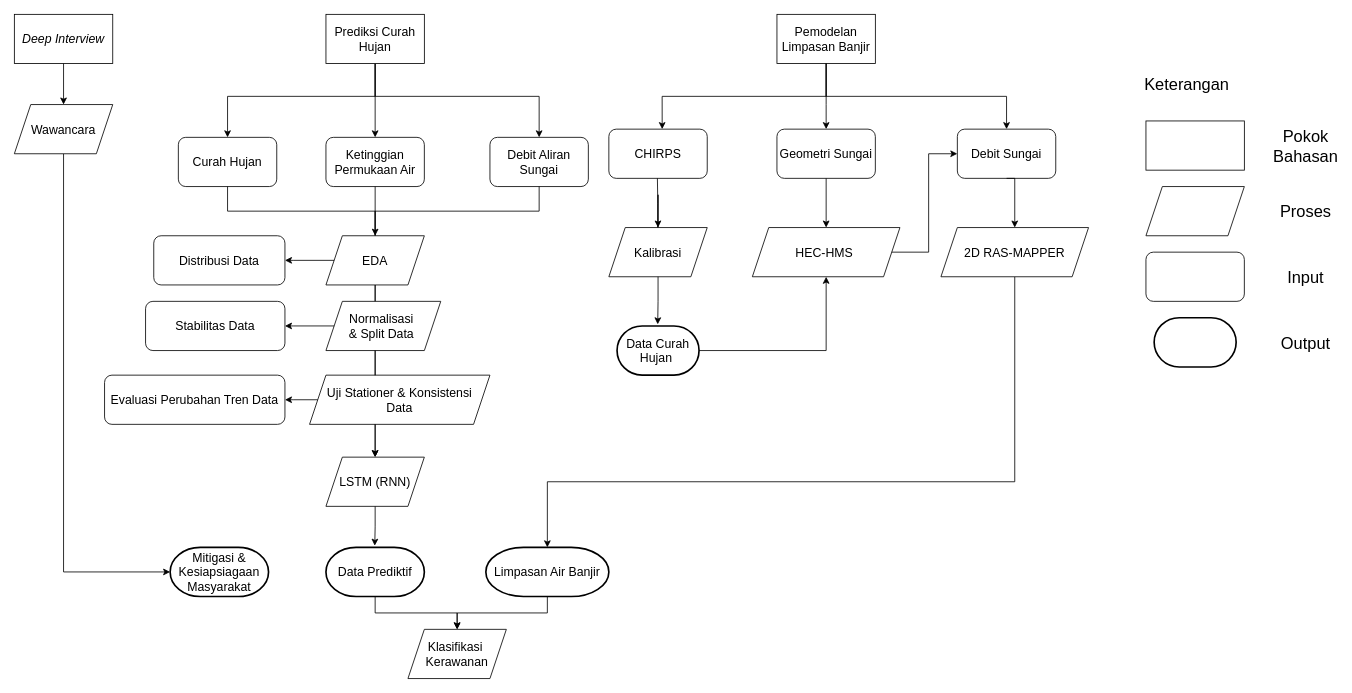
Before: Cara Kerja Penelitian.drawio in famowoiii/envimos_sensot, a draw.io diagram. Source tidied: cells renumbered, new cells numbered last; positions are measured from the earlier drawing's top-left corner, leaving out a move shared by most shapes. Both pictures are drawn from the tidied source at 82%, with x=0, y=0 at pixel (14, 14).
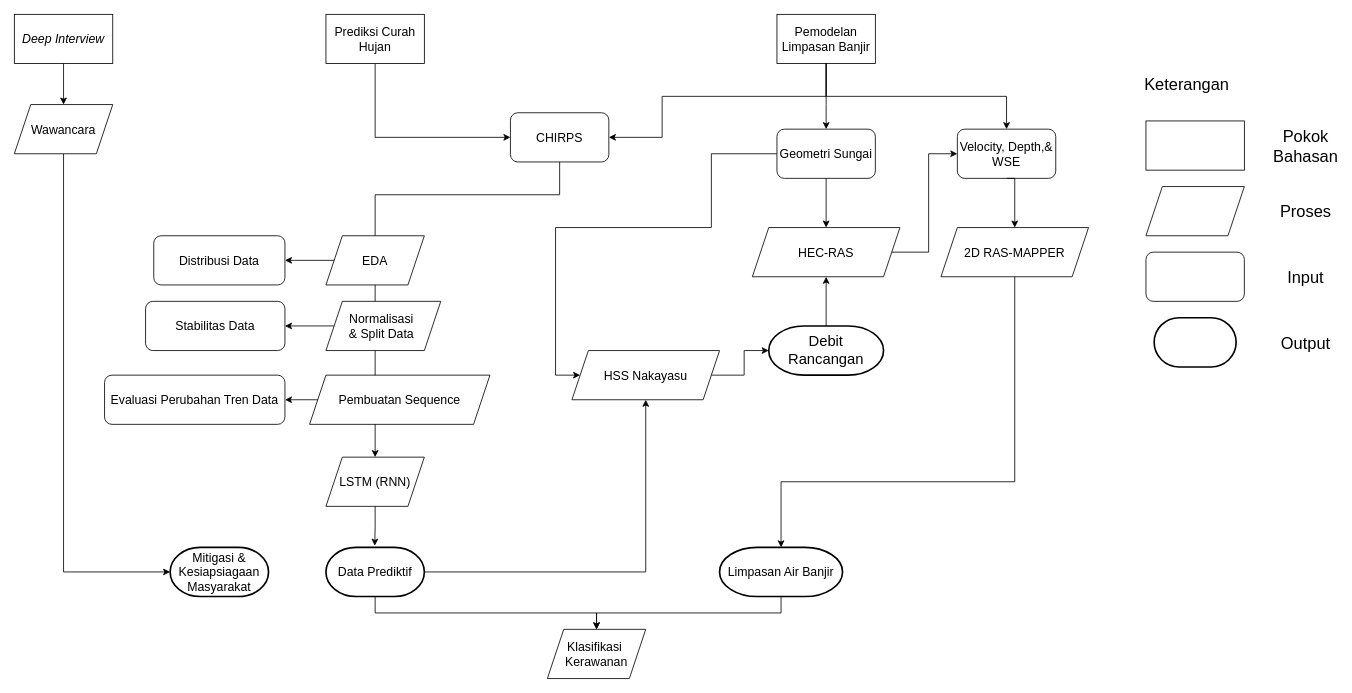
The same page after the edit.

The change refers to these unchanged cells:
```xml
<mxCell id="5" value="Prediksi Curah Hujan" style="rounded=0;whiteSpace=wrap;html=1;fontSize=15;" parent="1" vertex="1">
  <mxGeometry x="380" width="120" height="60" as="geometry" />
</mxCell>
<mxCell id="13" value="Geometri Sungai" style="rounded=1;whiteSpace=wrap;html=1;fontSize=15;" parent="1" vertex="1">
  <mxGeometry x="930" y="140" width="120" height="60" as="geometry" />
</mxCell>
<mxCell id="17" value="Pemodelan Limpasan Banjir" style="rounded=0;whiteSpace=wrap;html=1;fontSize=15;" parent="1" vertex="1">
  <mxGeometry x="930" width="120" height="60" as="geometry" />
</mxCell>
<mxCell id="35" value="2D RAS-MAPPER" style="shape=parallelogram;perimeter=parallelogramPerimeter;whiteSpace=wrap;html=1;fixedSize=1;fontSize=15;" parent="1" vertex="1">
  <mxGeometry x="1130" y="260" width="180" height="60" as="geometry" />
</mxCell>
<mxCell id="37" value="LSTM (RNN)" style="shape=parallelogram;perimeter=parallelogramPerimeter;whiteSpace=wrap;html=1;fixedSize=1;fontSize=15;" parent="1" vertex="1">
  <mxGeometry x="380" y="540" width="120" height="60" as="geometry" />
</mxCell>
<mxCell id="41" value="Data Prediktif" style="strokeWidth=2;html=1;shape=mxgraph.flowchart.terminator;whiteSpace=wrap;fontSize=15;" parent="1" vertex="1">
  <mxGeometry x="380" y="650" width="120" height="60" as="geometry" />
</mxCell>
```

Change to the diagram source:
```diff
@@
-    <mxCell id="2" style="edgeStyle=orthogonalEdgeStyle;rounded=0;jettySize=auto;html=1;exitX=0.5;exitY=1;exitDx=0;exitDy=0;entryX=0.5;entryY=0;entryDx=0;entryDy=0;fontSize=15;" parent="1" edge="1" source="5" target="7">
+    <mxCell id="2" style="edgeStyle=orthogonalEdgeStyle;rounded=0;jettySize=auto;html=1;exitX=0.5;exitY=1;exitDx=0;exitDy=0;fontSize=15;entryX=0;entryY=0.5;entryDx=0;entryDy=0;" parent="1" edge="1" source="5" target="6">
       <mxGeometry relative="1" as="geometry">
         <Array as="points">
-          <mxPoint x="440" y="100" />
-          <mxPoint x="260" y="100" />
+          <mxPoint x="440" y="150" />
         </Array>
       </mxGeometry>
     </mxCell>
-    <mxCell id="3" style="edgeStyle=orthogonalEdgeStyle;rounded=0;jettySize=auto;html=1;entryX=0.5;entryY=0;entryDx=0;entryDy=0;exitX=0.5;exitY=1;exitDx=0;exitDy=0;fontSize=15;" parent="1" edge="1" source="5" target="8">
-      <mxGeometry relative="1" as="geometry">
-        <Array as="points">
-          <mxPoint x="440" y="80" />
-          <mxPoint x="440" y="80" />
-        </Array>
-      </mxGeometry>
-    </mxCell>
-    <mxCell id="4" style="edgeStyle=orthogonalEdgeStyle;rounded=0;jettySize=auto;html=1;entryX=0.5;entryY=0;entryDx=0;entryDy=0;fontSize=15;" parent="1" edge="1" target="9">
-      <mxGeometry relative="1" as="geometry">
-        <mxPoint x="440" y="60" as="sourcePoint" />
-        <Array as="points">
-          <mxPoint x="440" y="100" />
-          <mxPoint x="640" y="100" />
-        </Array>
-      </mxGeometry>
-    </mxCell>
@@
     <mxCell id="6" value="CHIRPS" style="rounded=1;whiteSpace=wrap;html=1;fontSize=15;" parent="1" vertex="1">
-      <mxGeometry x="725" y="140" width="120" height="60" as="geometry" />
+      <mxGeometry x="605" y="120" width="120" height="60" as="geometry" />
     </mxCell>
-    <mxCell id="7" value="Curah Hujan" style="rounded=1;whiteSpace=wrap;html=1;fontSize=15;" parent="1" vertex="1">
-      <mxGeometry x="200" y="150" width="120" height="60" as="geometry" />
-    </mxCell>
-    <mxCell id="8" value="Ketinggian Permukaan Air" style="rounded=1;whiteSpace=wrap;html=1;fontSize=15;" parent="1" vertex="1">
-      <mxGeometry x="380" y="150" width="120" height="60" as="geometry" />
-    </mxCell>
-    <mxCell id="9" value="Debit Aliran Sungai" style="rounded=1;whiteSpace=wrap;html=1;fontSize=15;" parent="1" vertex="1">
-      <mxGeometry x="580" y="150" width="120" height="60" as="geometry" />
-    </mxCell>
-    <mxCell id="10" style="edgeStyle=orthogonalEdgeStyle;rounded=0;jettySize=auto;html=1;exitX=0.5;exitY=1;exitDx=0;exitDy=0;entryX=0.5;entryY=0;entryDx=0;entryDy=0;entryPerimeter=0;fontSize=15;" parent="1" edge="1" source="7">
+    <mxCell id="10" style="edgeStyle=orthogonalEdgeStyle;rounded=0;jettySize=auto;html=1;exitX=0.5;exitY=1;exitDx=0;exitDy=0;entryX=0.5;entryY=0;entryDx=0;entryDy=0;entryPerimeter=0;fontSize=15;" parent="1" edge="1" source="6">
       <mxGeometry relative="1" as="geometry">
         <mxPoint x="440" y="540" as="targetPoint" />
         <Array as="points">
-          <mxPoint x="260" y="240" />
-          <mxPoint x="440" y="240" />
+          <mxPoint x="665" y="220" />
+          <mxPoint x="440" y="220" />
         </Array>
       </mxGeometry>
     </mxCell>
-    <mxCell id="11" style="edgeStyle=orthogonalEdgeStyle;rounded=0;jettySize=auto;html=1;exitX=0.5;exitY=1;exitDx=0;exitDy=0;entryX=0.5;entryY=0;entryDx=0;entryDy=0;fontSize=15;" parent="1" edge="1" source="8" target="37">
-      <mxGeometry relative="1" as="geometry" />
-    </mxCell>
@@
-    <mxCell id="14" value="Debit Sungai" style="rounded=1;whiteSpace=wrap;html=1;fontSize=15;" parent="1" vertex="1">
+    <mxCell id="14" value="Velocity, Depth,&amp;amp; WSE" style="rounded=1;whiteSpace=wrap;html=1;fontSize=15;" parent="1" vertex="1">
       <mxGeometry x="1150" y="140" width="120" height="60" as="geometry" />
     </mxCell>
@@
-    <mxCell id="18" style="edgeStyle=orthogonalEdgeStyle;rounded=0;jettySize=auto;html=1;entryX=0.5;entryY=0;entryDx=0;entryDy=0;exitX=0.5;exitY=1;exitDx=0;exitDy=0;fontSize=15;" parent="1" edge="1" source="51">
-      <mxGeometry relative="1" as="geometry">
-        <mxPoint x="784.2" y="290" as="targetPoint" />
-        <Array as="points">
-          <mxPoint x="784.2" y="220" />
-          <mxPoint x="784.2" y="220" />
-        </Array>
-      </mxGeometry>
-    </mxCell>
-    <mxCell id="19" style="edgeStyle=orthogonalEdgeStyle;rounded=0;jettySize=auto;html=1;exitX=0.5;exitY=1;exitDx=0;exitDy=0;fontSize=15;" parent="1" edge="1" source="9">
-      <mxGeometry relative="1" as="geometry">
-        <mxPoint x="440" y="270" as="targetPoint" />
-        <Array as="points">
-          <mxPoint x="640" y="240" />
-          <mxPoint x="440" y="240" />
-        </Array>
-      </mxGeometry>
-    </mxCell>
@@
-    <mxCell id="21" value="Uji Stationer &amp;amp; Konsistensi&lt;div style=&quot;font-size: 15px;&quot;&gt;Data&lt;/div&gt;" style="shape=parallelogram;perimeter=parallelogramPerimeter;whiteSpace=wrap;html=1;fixedSize=1;fontSize=15;" parent="1" vertex="1">
+    <mxCell id="21" value="Pembuatan Sequence" style="shape=parallelogram;perimeter=parallelogramPerimeter;whiteSpace=wrap;html=1;fixedSize=1;fontSize=15;" parent="1" vertex="1">
       <mxGeometry x="360" y="440" width="220" height="60" as="geometry" />
     </mxCell>
@@
-    <mxCell id="30" style="edgeStyle=orthogonalEdgeStyle;rounded=0;jettySize=auto;html=1;entryX=0.542;entryY=0;entryDx=0;entryDy=0;exitX=0.5;exitY=1;exitDx=0;exitDy=0;entryPerimeter=0;fontSize=15;" parent="1" edge="1" source="17" target="6">
+    <mxCell id="30" style="edgeStyle=orthogonalEdgeStyle;rounded=0;jettySize=auto;html=1;entryX=1;entryY=0.5;entryDx=0;entryDy=0;exitX=0.5;exitY=1;exitDx=0;exitDy=0;fontSize=15;" parent="1" edge="1" source="17" target="6">
       <mxGeometry relative="1" as="geometry">
         <Array as="points">
           <mxPoint x="990" y="100" />
           <mxPoint x="790" y="100" />
+          <mxPoint x="790" y="150" />
+          <mxPoint x="735" y="150" />
         </Array>
       </mxGeometry>
     </mxCell>
@@
-    <mxCell id="32" value="HEC-HMS&amp;nbsp;" style="shape=parallelogram;perimeter=parallelogramPerimeter;whiteSpace=wrap;html=1;fixedSize=1;fontSize=15;" parent="1" vertex="1">
+    <mxCell id="32" value="HEC-RAS" style="shape=parallelogram;perimeter=parallelogramPerimeter;whiteSpace=wrap;html=1;fixedSize=1;fontSize=15;" parent="1" vertex="1">
       <mxGeometry x="900" y="260" width="180" height="60" as="geometry" />
     </mxCell>
@@
-    <mxCell id="34" style="edgeStyle=orthogonalEdgeStyle;rounded=0;jettySize=auto;html=1;exitX=0.5;exitY=1;exitDx=0;exitDy=0;fontSize=15;" parent="1" edge="1" source="35" target="45">
+    <mxCell id="34" style="edgeStyle=orthogonalEdgeStyle;rounded=0;jettySize=auto;html=1;exitX=0.5;exitY=1;exitDx=0;exitDy=0;fontSize=15;entryX=0.5;entryY=0;entryDx=0;entryDy=0;entryPerimeter=0;" parent="1" edge="1" source="35" target="45">
       <mxGeometry relative="1" as="geometry">
         <Array as="points">
           <mxPoint x="1220" y="570" />
-          <mxPoint x="650" y="570" />
+          <mxPoint x="935" y="570" />
         </Array>
       </mxGeometry>
     </mxCell>
@@
-    <mxCell id="43" value="Data Curah Hujan&amp;nbsp;" style="strokeWidth=2;html=1;shape=mxgraph.flowchart.terminator;whiteSpace=wrap;fontSize=15;" parent="1" vertex="1">
-      <mxGeometry x="735" y="380" width="100" height="60" as="geometry" />
-    </mxCell>
-    <mxCell id="44" style="edgeStyle=orthogonalEdgeStyle;rounded=0;jettySize=auto;html=1;exitX=0.5;exitY=1;exitDx=0;exitDy=0;entryX=0.496;entryY=-0.033;entryDx=0;entryDy=0;entryPerimeter=0;fontSize=15;" parent="1" edge="1" source="51" target="43">
+    <mxCell id="44" style="edgeStyle=orthogonalEdgeStyle;rounded=0;jettySize=auto;html=1;exitX=1;exitY=0.5;exitDx=0;exitDy=0;entryX=0.5;entryY=1;entryDx=0;entryDy=0;fontSize=15;exitPerimeter=0;" parent="1" edge="1" source="41" target="61">
       <mxGeometry relative="1" as="geometry" />
     </mxCell>
     <mxCell id="45" value="Limpasan Air Banjir" style="strokeWidth=2;html=1;shape=mxgraph.flowchart.terminator;whiteSpace=wrap;fontSize=15;" parent="1" vertex="1">
-      <mxGeometry x="575" y="650" width="150" height="60" as="geometry" />
+      <mxGeometry x="860" y="650" width="150" height="60" as="geometry" />
     </mxCell>
-    <mxCell id="46" style="edgeStyle=orthogonalEdgeStyle;rounded=0;jettySize=auto;html=1;entryX=0.5;entryY=1;entryDx=0;entryDy=0;exitX=1;exitY=0.5;exitDx=0;exitDy=0;exitPerimeter=0;fontSize=15;" parent="1" edge="1" source="43" target="32">
-      <mxGeometry relative="1" as="geometry">
-        <Array as="points">
-          <mxPoint x="990" y="410" />
-        </Array>
-      </mxGeometry>
+    <mxCell id="46" style="edgeStyle=orthogonalEdgeStyle;rounded=0;jettySize=auto;html=1;exitX=1;exitY=0.5;exitDx=0;exitDy=0;fontSize=15;entryX=0;entryY=0.5;entryDx=0;entryDy=0;entryPerimeter=0;" parent="1" edge="1" source="61" target="62">
+      <mxGeometry relative="1" as="geometry" />
     </mxCell>
@@
     <mxCell id="49" value="Klasifikasi&amp;nbsp;&lt;div style=&quot;font-size: 15px;&quot;&gt;Kerawanan&lt;/div&gt;" style="shape=parallelogram;perimeter=parallelogramPerimeter;whiteSpace=wrap;html=1;fixedSize=1;fontSize=15;" parent="1" vertex="1">
-      <mxGeometry x="480" y="750" width="120" height="60" as="geometry" />
+      <mxGeometry x="650" y="750" width="120" height="60" as="geometry" />
     </mxCell>
-    <mxCell id="50" style="edgeStyle=orthogonalEdgeStyle;rounded=0;jettySize=auto;html=1;entryX=0.5;entryY=0;entryDx=0;entryDy=0;exitX=0.5;exitY=1;exitDx=0;exitDy=0;fontSize=15;" parent="1" edge="1" target="51">
-      <mxGeometry relative="1" as="geometry">
-        <mxPoint x="784.2" y="200" as="sourcePoint" />
-      </mxGeometry>
-    </mxCell>
-    <mxCell id="51" value="Kalibrasi" style="shape=parallelogram;perimeter=parallelogramPerimeter;whiteSpace=wrap;html=1;fixedSize=1;fontSize=15;" parent="1" vertex="1">
-      <mxGeometry x="725" y="260" width="120" height="60" as="geometry" />
-    </mxCell>
@@
+    <mxCell id="61" value="HSS Nakayasu" style="shape=parallelogram;perimeter=parallelogramPerimeter;whiteSpace=wrap;html=1;fixedSize=1;fontSize=15;" parent="1" vertex="1">
+      <mxGeometry x="680" y="410" width="180" height="60" as="geometry" />
+    </mxCell>
+    <mxCell id="62" value="&lt;font style=&quot;font-size: 18px;&quot;&gt;Debit Rancangan&lt;/font&gt;" style="strokeWidth=2;html=1;shape=mxgraph.flowchart.terminator;whiteSpace=wrap;fontSize=15;" parent="1" vertex="1">
+      <mxGeometry x="920" y="380" width="140" height="60" as="geometry" />
+    </mxCell>
+    <mxCell id="63" style="edgeStyle=orthogonalEdgeStyle;rounded=0;jettySize=auto;html=1;exitX=0.5;exitY=0;exitDx=0;exitDy=0;fontSize=15;entryX=0.5;entryY=1;entryDx=0;entryDy=0;exitPerimeter=0;" parent="1" edge="1" source="62" target="32">
+      <mxGeometry relative="1" as="geometry" />
+    </mxCell>
+    <mxCell id="64" style="edgeStyle=orthogonalEdgeStyle;rounded=0;jettySize=auto;html=1;exitX=0;exitY=0.5;exitDx=0;exitDy=0;fontSize=15;entryX=0;entryY=0.5;entryDx=0;entryDy=0;" parent="1" edge="1" source="13" target="61">
+      <mxGeometry relative="1" as="geometry">
+        <Array as="points">
+          <mxPoint x="850" y="170" />
+          <mxPoint x="850" y="260" />
+          <mxPoint x="660" y="260" />
+          <mxPoint x="660" y="440" />
+        </Array>
+      </mxGeometry>
+    </mxCell>
```
